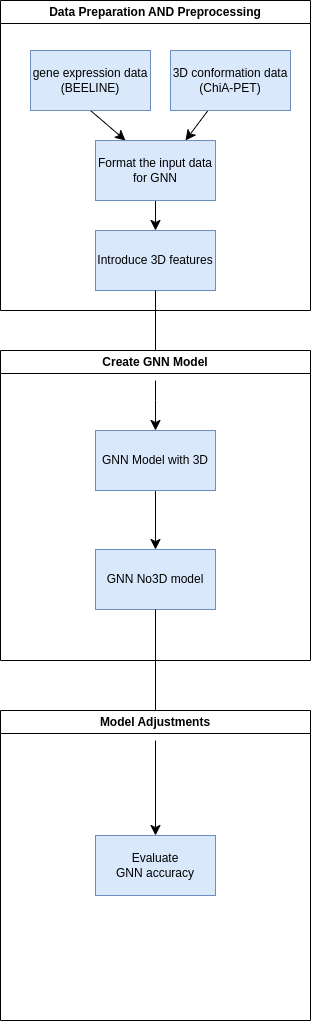
Earlier version of the draw.io export img/workflow.png (SFGLab/Team10_GNN_Gene_Regulation). Source tidied: cells renumbered, new cells last; positions are measured from the earlier drawing's top-left corner, leaving out a move shared by most shapes. Its diagram source:
```xml
<mxGraphModel>
  <root>
    <mxCell id="0" />
    <mxCell id="1" parent="0" />
    <mxCell id="2" value="Data Preparation AND Preprocessing" style="swimlane;whiteSpace=wrap;html=1;" parent="1" vertex="1">
      <mxGeometry width="310" height="310" as="geometry" />
    </mxCell>
    <mxCell id="3" style="edgeStyle=none;curved=1;rounded=0;jettySize=auto;html=1;fontSize=12;startSize=8;endSize=8;entryX=0.25;entryY=0;entryDx=0;entryDy=0;exitX=0.5;exitY=1;exitDx=0;exitDy=0;" parent="2" edge="1" source="4" target="8">
      <mxGeometry relative="1" as="geometry" />
    </mxCell>
    <mxCell id="4" value="gene expression data&lt;div&gt;(BEELINE)&lt;/div&gt;" style="rounded=0;whiteSpace=wrap;html=1;fillColor=#dae8fc;strokeColor=#6c8ebf;" parent="2" vertex="1">
      <mxGeometry x="30" y="50" width="120" height="60" as="geometry" />
    </mxCell>
    <mxCell id="5" style="edgeStyle=none;curved=1;rounded=0;jettySize=auto;html=1;fontSize=12;startSize=8;endSize=8;entryX=0.75;entryY=0;entryDx=0;entryDy=0;" parent="2" edge="1" source="6" target="8">
      <mxGeometry relative="1" as="geometry" />
    </mxCell>
    <mxCell id="6" value="3D conformation data&lt;div&gt;(ChiA-PET)&lt;/div&gt;" style="rounded=0;whiteSpace=wrap;html=1;fillColor=#dae8fc;strokeColor=#6c8ebf;" parent="2" vertex="1">
      <mxGeometry x="170" y="50" width="120" height="60" as="geometry" />
    </mxCell>
    <mxCell id="7" style="edgeStyle=none;curved=1;rounded=0;jettySize=auto;html=1;fontSize=12;startSize=8;endSize=8;" parent="2" edge="1" source="8" target="9">
      <mxGeometry relative="1" as="geometry" />
    </mxCell>
    <mxCell id="8" value="Format the input data for GNN" style="rounded=0;whiteSpace=wrap;html=1;fillColor=#dae8fc;strokeColor=#6c8ebf;" parent="2" vertex="1">
      <mxGeometry x="95" y="140" width="120" height="60" as="geometry" />
    </mxCell>
    <mxCell id="9" value="Introduce 3D features" style="rounded=0;whiteSpace=wrap;html=1;fillColor=#dae8fc;strokeColor=#6c8ebf;" parent="2" vertex="1">
      <mxGeometry x="95" y="230" width="120" height="60" as="geometry" />
    </mxCell>
    <mxCell id="10" value="Create GNN Model" style="swimlane;whiteSpace=wrap;html=1;" parent="1" vertex="1">
      <mxGeometry y="350" width="310" height="310" as="geometry" />
    </mxCell>
    <mxCell id="11" style="edgeStyle=none;curved=1;rounded=0;jettySize=auto;html=1;fontSize=12;startSize=8;endSize=8;" parent="10" edge="1" source="12" target="14">
      <mxGeometry relative="1" as="geometry" />
    </mxCell>
    <mxCell id="12" value="GNN Model with 3D" style="rounded=0;whiteSpace=wrap;html=1;fillColor=#dae8fc;strokeColor=#6c8ebf;" parent="10" vertex="1">
      <mxGeometry x="95" y="80" width="120" height="60" as="geometry" />
    </mxCell>
    <mxCell id="13" style="endArrow=classic;html=1;rounded=0;fontSize=12;startSize=8;endSize=8;curved=1;entryX=0.5;entryY=0;entryDx=0;entryDy=0;" parent="10" edge="1" target="12">
      <mxGeometry relative="1" as="geometry">
        <mxPoint x="155" y="30" as="sourcePoint" />
        <Array as="points">
          <mxPoint x="155" y="50" />
        </Array>
      </mxGeometry>
    </mxCell>
    <mxCell id="14" value="GNN No3D model" style="rounded=0;whiteSpace=wrap;html=1;fillColor=#dae8fc;strokeColor=#6c8ebf;" parent="10" vertex="1">
      <mxGeometry x="95" y="199" width="120" height="60" as="geometry" />
    </mxCell>
    <mxCell id="15" value="Model Adjustments" style="swimlane;whiteSpace=wrap;html=1;" parent="1" vertex="1">
      <mxGeometry y="710" width="310" height="310" as="geometry" />
    </mxCell>
    <mxCell id="16" value="Evaluate&lt;div&gt;GNN accuracy&lt;/div&gt;" style="rounded=0;whiteSpace=wrap;html=1;fillColor=#dae8fc;strokeColor=#6c8ebf;" parent="15" vertex="1">
      <mxGeometry x="95" y="125" width="120" height="60" as="geometry" />
    </mxCell>
    <mxCell id="17" style="endArrow=classic;html=1;rounded=0;fontSize=12;startSize=8;endSize=8;curved=1;entryX=0.5;entryY=0;entryDx=0;entryDy=0;" parent="15" edge="1" target="16">
      <mxGeometry relative="1" as="geometry">
        <mxPoint x="155" y="30" as="sourcePoint" />
        <Array as="points">
          <mxPoint x="154.5" y="30" />
        </Array>
      </mxGeometry>
    </mxCell>
    <mxCell id="18" style="endArrow=none;html=1;rounded=0;fontSize=12;startSize=8;endSize=8;curved=1;entryX=0.5;entryY=1;entryDx=0;entryDy=0;exitX=0.5;exitY=0;exitDx=0;exitDy=0;" parent="1" edge="1" source="10" target="9">
      <mxGeometry relative="1" as="geometry" />
    </mxCell>
    <mxCell id="19" style="endArrow=none;html=1;rounded=0;fontSize=12;startSize=8;endSize=8;curved=1;entryX=0.5;entryY=1;entryDx=0;entryDy=0;exitX=0.5;exitY=0;exitDx=0;exitDy=0;" parent="1" edge="1" source="15" target="14">
      <mxGeometry relative="1" as="geometry" />
    </mxCell>
  </root>
</mxGraphModel>
```
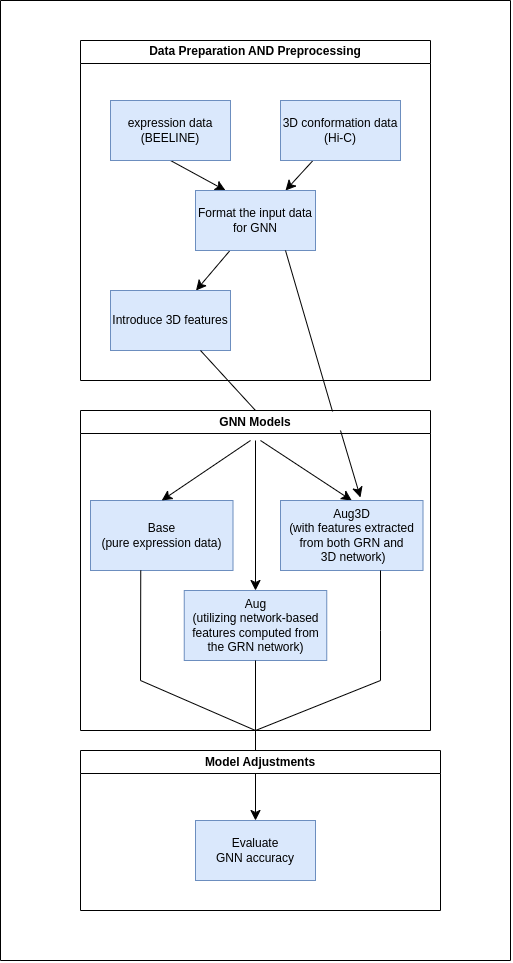
Above is the later version.

What changed in the source:
```diff
@@ -3,68 +3,129 @@
     <mxCell id="0" />
     <mxCell id="1" parent="0" />
     <mxCell id="2" value="Data Preparation AND Preprocessing" style="swimlane;whiteSpace=wrap;html=1;" parent="1" vertex="1">
-      <mxGeometry width="310" height="310" as="geometry" />
+      <mxGeometry width="350" height="340" as="geometry" />
     </mxCell>
     <mxCell id="3" style="edgeStyle=none;curved=1;rounded=0;jettySize=auto;html=1;fontSize=12;startSize=8;endSize=8;entryX=0.25;entryY=0;entryDx=0;entryDy=0;exitX=0.5;exitY=1;exitDx=0;exitDy=0;" parent="2" edge="1" source="4" target="8">
       <mxGeometry relative="1" as="geometry" />
     </mxCell>
-    <mxCell id="4" value="gene expression data&lt;div&gt;(BEELINE)&lt;/div&gt;" style="rounded=0;whiteSpace=wrap;html=1;fillColor=#dae8fc;strokeColor=#6c8ebf;" parent="2" vertex="1">
-      <mxGeometry x="30" y="50" width="120" height="60" as="geometry" />
+    <mxCell id="4" value="expression data&lt;div&gt;(BEELINE)&lt;/div&gt;" style="rounded=0;whiteSpace=wrap;html=1;fillColor=#dae8fc;strokeColor=#6c8ebf;" parent="2" vertex="1">
+      <mxGeometry x="30" y="60" width="120" height="60" as="geometry" />
     </mxCell>
     <mxCell id="5" style="edgeStyle=none;curved=1;rounded=0;jettySize=auto;html=1;fontSize=12;startSize=8;endSize=8;entryX=0.75;entryY=0;entryDx=0;entryDy=0;" parent="2" edge="1" source="6" target="8">
       <mxGeometry relative="1" as="geometry" />
     </mxCell>
-    <mxCell id="6" value="3D conformation data&lt;div&gt;(ChiA-PET)&lt;/div&gt;" style="rounded=0;whiteSpace=wrap;html=1;fillColor=#dae8fc;strokeColor=#6c8ebf;" parent="2" vertex="1">
-      <mxGeometry x="170" y="50" width="120" height="60" as="geometry" />
+    <mxCell id="6" value="3D conformation data&lt;div&gt;(Hi-C)&lt;/div&gt;" style="rounded=0;whiteSpace=wrap;html=1;fillColor=#dae8fc;strokeColor=#6c8ebf;" parent="2" vertex="1">
+      <mxGeometry x="200" y="60" width="120" height="60" as="geometry" />
     </mxCell>
     <mxCell id="7" style="edgeStyle=none;curved=1;rounded=0;jettySize=auto;html=1;fontSize=12;startSize=8;endSize=8;" parent="2" edge="1" source="8" target="9">
       <mxGeometry relative="1" as="geometry" />
     </mxCell>
     <mxCell id="8" value="Format the input data for GNN" style="rounded=0;whiteSpace=wrap;html=1;fillColor=#dae8fc;strokeColor=#6c8ebf;" parent="2" vertex="1">
-      <mxGeometry x="95" y="140" width="120" height="60" as="geometry" />
+      <mxGeometry x="115" y="150" width="120" height="60" as="geometry" />
     </mxCell>
     <mxCell id="9" value="Introduce 3D features" style="rounded=0;whiteSpace=wrap;html=1;fillColor=#dae8fc;strokeColor=#6c8ebf;" parent="2" vertex="1">
-      <mxGeometry x="95" y="230" width="120" height="60" as="geometry" />
+      <mxGeometry x="30" y="250" width="120" height="60" as="geometry" />
     </mxCell>
+    <mxCell id="20" style="edgeStyle=none;curved=1;rounded=0;jettySize=auto;html=1;fontSize=12;startSize=8;endSize=8;entryX=0.5;entryY=0;entryDx=0;entryDy=0;" parent="1" edge="1" source="10" target="16">
+      <mxGeometry relative="1" as="geometry" />
+    </mxCell>
-    <mxCell id="10" value="Create GNN Model" style="swimlane;whiteSpace=wrap;html=1;" parent="1" vertex="1">
-      <mxGeometry y="350" width="310" height="310" as="geometry" />
+    <mxCell id="10" value="GNN Models" style="swimlane;whiteSpace=wrap;html=1;" parent="1" vertex="1">
+      <mxGeometry y="370" width="350" height="320" as="geometry" />
     </mxCell>
-    <mxCell id="11" style="edgeStyle=none;curved=1;rounded=0;jettySize=auto;html=1;fontSize=12;startSize=8;endSize=8;" parent="10" edge="1" source="12" target="14">
-      <mxGeometry relative="1" as="geometry" />
-    </mxCell>
-    <mxCell id="12" value="GNN Model with 3D" style="rounded=0;whiteSpace=wrap;html=1;fillColor=#dae8fc;strokeColor=#6c8ebf;" parent="10" vertex="1">
-      <mxGeometry x="95" y="80" width="120" height="60" as="geometry" />
+    <mxCell id="12" value="&lt;div&gt;&lt;span style=&quot;background-color: transparent; color: light-dark(rgb(0, 0, 0), rgb(255, 255, 255));&quot;&gt;Aug&lt;/span&gt;&lt;br&gt;&lt;/div&gt;&lt;div&gt;&lt;span style=&quot;background-color: transparent; color: light-dark(rgb(0, 0, 0), rgb(255, 255, 255));&quot;&gt;(utilizing network-based features computed from the GRN network)&lt;/span&gt;&lt;/div&gt;" style="rounded=0;whiteSpace=wrap;html=1;fillColor=#dae8fc;strokeColor=#6c8ebf;" parent="10" vertex="1">
+      <mxGeometry x="103.8" y="180" width="142.5" height="70" as="geometry" />
     </mxCell>
-    <mxCell id="13" style="endArrow=classic;html=1;rounded=0;fontSize=12;startSize=8;endSize=8;curved=1;entryX=0.5;entryY=0;entryDx=0;entryDy=0;" parent="10" edge="1" target="12">
-      <mxGeometry relative="1" as="geometry">
-        <mxPoint x="155" y="30" as="sourcePoint" />
-        <Array as="points">
-          <mxPoint x="155" y="50" />
-        </Array>
-      </mxGeometry>
-    </mxCell>
-    <mxCell id="14" value="GNN No3D model" style="rounded=0;whiteSpace=wrap;html=1;fillColor=#dae8fc;strokeColor=#6c8ebf;" parent="10" vertex="1">
-      <mxGeometry x="95" y="199" width="120" height="60" as="geometry" />
-    </mxCell>
+    <mxCell id="21" style="endArrow=classic;html=1;rounded=0;fontSize=12;startSize=8;endSize=8;curved=1;entryX=0.5;entryY=0;entryDx=0;entryDy=0;" parent="10" edge="1" target="22">
+      <mxGeometry relative="1" as="geometry">
+        <mxPoint x="180" y="30" as="sourcePoint" />
+      </mxGeometry>
+    </mxCell>
+    <mxCell id="22" value="&lt;div&gt;Aug3D&lt;/div&gt;&lt;div&gt;(with features extracted from both GRN and&lt;/div&gt;&lt;div&gt;&amp;nbsp;3D network&lt;span style=&quot;background-color: transparent; color: light-dark(rgb(0, 0, 0), rgb(255, 255, 255));&quot;&gt;)&lt;/span&gt;&lt;/div&gt;" style="rounded=0;whiteSpace=wrap;html=1;fillColor=#dae8fc;strokeColor=#6c8ebf;" parent="10" vertex="1">
+      <mxGeometry x="200" y="90" width="142.5" height="70" as="geometry" />
+    </mxCell>
+    <mxCell id="23" value="&lt;div&gt;Base&lt;/div&gt;&lt;div&gt;(pure expression data)&lt;/div&gt;" style="rounded=0;whiteSpace=wrap;html=1;fillColor=#dae8fc;strokeColor=#6c8ebf;" parent="10" vertex="1">
+      <mxGeometry x="10" y="90" width="142.5" height="70" as="geometry" />
+    </mxCell>
+    <mxCell id="24" style="endArrow=classic;html=1;rounded=0;fontSize=12;startSize=8;endSize=8;curved=1;entryX=0.5;entryY=0;entryDx=0;entryDy=0;" parent="10" edge="1" target="23">
+      <mxGeometry relative="1" as="geometry">
+        <mxPoint x="170" y="30" as="sourcePoint" />
+      </mxGeometry>
+    </mxCell>
+    <mxCell id="25" style="endArrow=classic;html=1;rounded=0;fontSize=12;startSize=8;endSize=8;curved=1;entryX=0.5;entryY=0;entryDx=0;entryDy=0;" parent="10" edge="1" target="12">
+      <mxGeometry relative="1" as="geometry">
+        <mxPoint x="175" y="30" as="sourcePoint" />
+      </mxGeometry>
+    </mxCell>
+    <mxCell id="26" style="endArrow=none;html=1;rounded=0;fontSize=12;startSize=8;endSize=8;curved=1;entryX=0.5;entryY=1;entryDx=0;entryDy=0;" parent="10" edge="1">
+      <mxGeometry relative="1" as="geometry">
+        <mxPoint x="300" y="270" as="sourcePoint" />
+        <mxPoint x="300" y="160" as="targetPoint" />
+        <Array as="points">
+          <mxPoint x="300" y="220" />
+        </Array>
+      </mxGeometry>
+    </mxCell>
+    <mxCell id="27" style="endArrow=none;html=1;rounded=0;fontSize=12;startSize=8;endSize=8;curved=1;entryX=0.5;entryY=1;entryDx=0;entryDy=0;" parent="10" edge="1">
+      <mxGeometry relative="1" as="geometry">
+        <mxPoint x="60" y="270" as="sourcePoint" />
+        <mxPoint x="60.2" y="160" as="targetPoint" />
+      </mxGeometry>
+    </mxCell>
     <mxCell id="15" value="Model Adjustments" style="swimlane;whiteSpace=wrap;html=1;" parent="1" vertex="1">
-      <mxGeometry y="710" width="310" height="310" as="geometry" />
+      <mxGeometry y="710" width="360" height="160" as="geometry" />
     </mxCell>
     <mxCell id="16" value="Evaluate&lt;div&gt;GNN accuracy&lt;/div&gt;" style="rounded=0;whiteSpace=wrap;html=1;fillColor=#dae8fc;strokeColor=#6c8ebf;" parent="15" vertex="1">
-      <mxGeometry x="95" y="125" width="120" height="60" as="geometry" />
+      <mxGeometry x="115" y="70" width="120" height="60" as="geometry" />
     </mxCell>
-    <mxCell id="17" style="endArrow=classic;html=1;rounded=0;fontSize=12;startSize=8;endSize=8;curved=1;entryX=0.5;entryY=0;entryDx=0;entryDy=0;" parent="15" edge="1" target="16">
-      <mxGeometry relative="1" as="geometry">
-        <mxPoint x="155" y="30" as="sourcePoint" />
-        <Array as="points">
-          <mxPoint x="154.5" y="30" />
-        </Array>
-      </mxGeometry>
-    </mxCell>
-    <mxCell id="18" style="endArrow=none;html=1;rounded=0;fontSize=12;startSize=8;endSize=8;curved=1;entryX=0.5;entryY=1;entryDx=0;entryDy=0;exitX=0.5;exitY=0;exitDx=0;exitDy=0;" parent="1" edge="1" source="10" target="9">
+    <mxCell id="18" style="endArrow=none;html=1;rounded=0;fontSize=12;startSize=8;endSize=8;curved=1;entryX=0.75;entryY=1;entryDx=0;entryDy=0;exitX=0.5;exitY=0;exitDx=0;exitDy=0;" parent="1" edge="1" source="10" target="9">
       <mxGeometry relative="1" as="geometry" />
     </mxCell>
-    <mxCell id="19" style="endArrow=none;html=1;rounded=0;fontSize=12;startSize=8;endSize=8;curved=1;entryX=0.5;entryY=1;entryDx=0;entryDy=0;exitX=0.5;exitY=0;exitDx=0;exitDy=0;" parent="1" edge="1" source="15" target="14">
-      <mxGeometry relative="1" as="geometry" />
-    </mxCell>
+    <mxCell id="28" style="endArrow=none;html=1;rounded=0;fontSize=12;startSize=8;endSize=8;curved=1;exitX=0.5;exitY=1;exitDx=0;exitDy=0;" parent="1" edge="1" source="10">
+      <mxGeometry relative="1" as="geometry">
+        <mxPoint x="60" y="640" as="targetPoint" />
+      </mxGeometry>
+    </mxCell>
+    <mxCell id="29" style="endArrow=none;html=1;rounded=0;fontSize=12;startSize=8;endSize=8;curved=1;exitX=0.5;exitY=1;exitDx=0;exitDy=0;" parent="1" edge="1" source="10">
+      <mxGeometry relative="1" as="geometry">
+        <mxPoint x="300" y="640" as="targetPoint" />
+      </mxGeometry>
+    </mxCell>
+    <mxCell id="30" style="endArrow=classic;html=1;rounded=0;fontSize=12;startSize=8;endSize=8;curved=1;entryX=0.561;entryY=-0.043;entryDx=0;entryDy=0;entryPerimeter=0;" parent="1" edge="1" target="22">
+      <mxGeometry relative="1" as="geometry">
+        <mxPoint x="260" y="390" as="sourcePoint" />
+      </mxGeometry>
+    </mxCell>
+    <mxCell id="31" style="endArrow=none;html=1;rounded=0;fontSize=12;startSize=8;endSize=8;curved=1;entryX=0.75;entryY=1;entryDx=0;entryDy=0;exitX=0.72;exitY=0.003;exitDx=0;exitDy=0;exitPerimeter=0;" parent="1" edge="1" source="10" target="8">
+      <mxGeometry relative="1" as="geometry" />
+    </mxCell>
+    <mxCell id="32" style="endArrow=none;html=1;rounded=0;fontSize=12;startSize=8;endSize=8;curved=1;entryX=0.5;entryY=1;entryDx=0;entryDy=0;" parent="1" edge="1" target="12">
+      <mxGeometry relative="1" as="geometry">
+        <mxPoint x="175" y="690" as="sourcePoint" />
+      </mxGeometry>
+    </mxCell>
+    <mxCell id="33" style="endArrow=none;html=1;rounded=0;fontSize=12;startSize=8;endSize=8;curved=1;" parent="1" edge="1">
+      <mxGeometry relative="1" as="geometry">
+        <mxPoint x="-80" y="920" as="sourcePoint" />
+        <mxPoint x="-80" y="-40" as="targetPoint" />
+      </mxGeometry>
+    </mxCell>
+    <mxCell id="34" style="endArrow=none;html=1;rounded=0;fontSize=12;startSize=8;endSize=8;curved=1;" parent="1" edge="1">
+      <mxGeometry relative="1" as="geometry">
+        <mxPoint x="430" y="920" as="sourcePoint" />
+        <mxPoint x="430" y="-40" as="targetPoint" />
+      </mxGeometry>
+    </mxCell>
+    <mxCell id="35" style="endArrow=none;html=1;rounded=0;fontSize=12;startSize=8;endSize=8;curved=1;" parent="1" edge="1">
+      <mxGeometry relative="1" as="geometry">
+        <mxPoint x="430" y="-40" as="sourcePoint" />
+        <mxPoint x="-80" y="-40" as="targetPoint" />
+      </mxGeometry>
+    </mxCell>
+    <mxCell id="36" style="endArrow=none;html=1;rounded=0;fontSize=12;startSize=8;endSize=8;curved=1;" parent="1" edge="1">
+      <mxGeometry relative="1" as="geometry">
+        <mxPoint x="-80" y="920" as="sourcePoint" />
+        <mxPoint x="430" y="920" as="targetPoint" />
+      </mxGeometry>
+    </mxCell>
   </root>
 </mxGraphModel>
```
